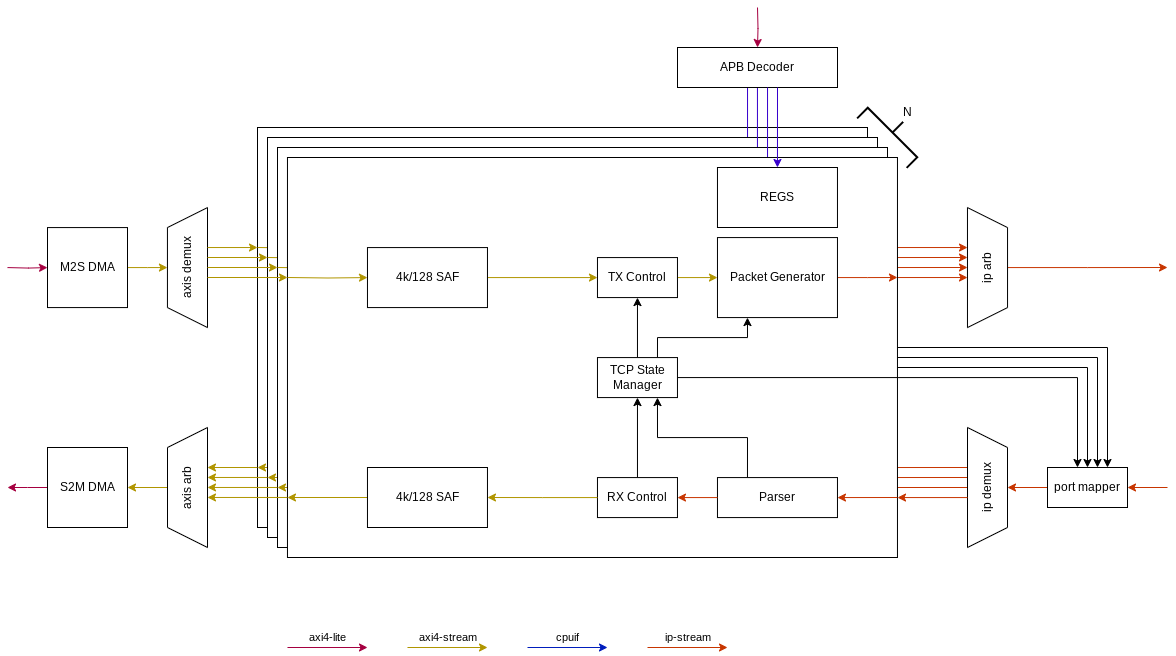
Above: hw/super6502_fpga/src/sub/network_processor/doc/tcp.drawio.png in bman12three4/super6502 (draw.io), before the change. Source tidied: cells renumbered, new cells last; positions are measured from the earlier drawing's top-left corner, leaving out a move shared by most shapes.
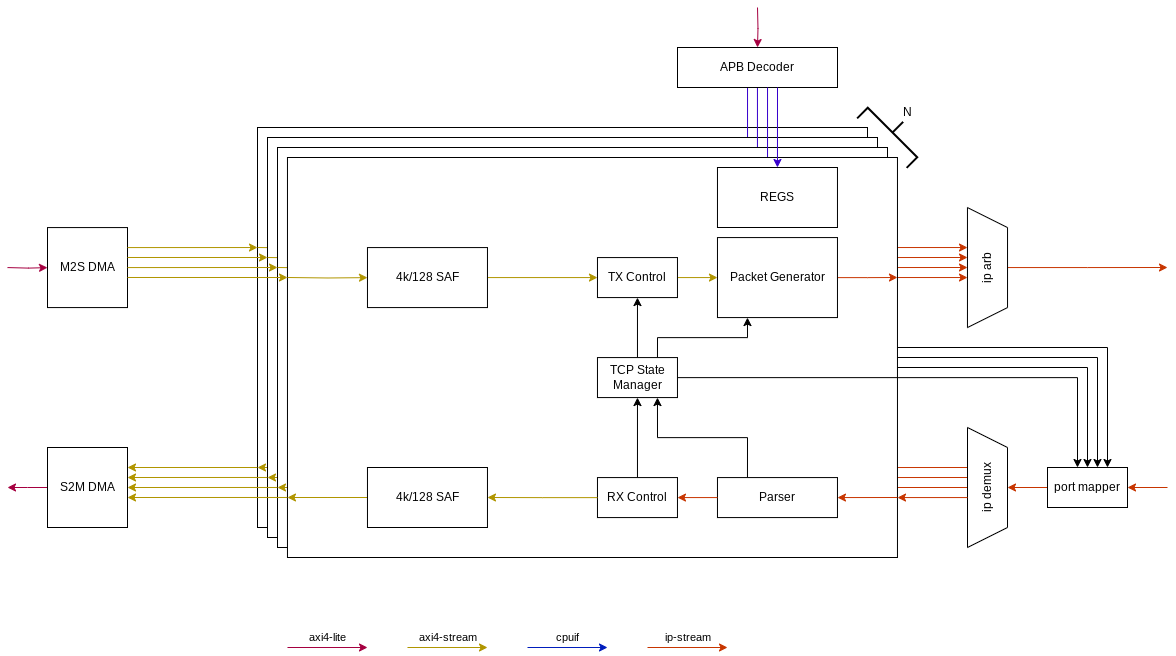
After the commit.

Commit message:
Remove mux/demus from dma

Diff of the diagram source:
```diff
@@ -307,18 +307,6 @@
         <mxPoint x="960" y="490.1" as="targetPoint" />
       </mxGeometry>
     </mxCell>
-    <mxCell id="85" value="axis demux" style="shape=trapezoid;perimeter=trapezoidPerimeter;whiteSpace=wrap;html=1;fixedSize=1;rotation=-90;" parent="1" vertex="1">
-      <mxGeometry x="120" y="240" width="120" height="40.1" as="geometry" />
-    </mxCell>
-    <mxCell id="86" style="edgeStyle=orthogonalEdgeStyle;rounded=0;jettySize=auto;html=1;entryX=1;entryY=0.5;entryDx=0;entryDy=0;fillColor=#e3c800;strokeColor=#B09500;" parent="1" edge="1" source="87" target="93">
-      <mxGeometry relative="1" as="geometry" />
-    </mxCell>
-    <mxCell id="87" value="axis arb" style="shape=trapezoid;perimeter=trapezoidPerimeter;whiteSpace=wrap;html=1;fixedSize=1;rotation=-90;" parent="1" vertex="1">
-      <mxGeometry x="120" y="460" width="120" height="40" as="geometry" />
-    </mxCell>
-    <mxCell id="88" style="edgeStyle=orthogonalEdgeStyle;rounded=0;jettySize=auto;html=1;entryX=0.5;entryY=0;entryDx=0;entryDy=0;fillColor=#e3c800;strokeColor=#B09500;" parent="1" edge="1" source="90" target="85">
-      <mxGeometry relative="1" as="geometry" />
-    </mxCell>
     <mxCell id="89" style="edgeStyle=orthogonalEdgeStyle;rounded=0;jettySize=auto;html=1;fillColor=#d80073;strokeColor=#A50040;" parent="1" edge="1" target="90">
       <mxGeometry relative="1" as="geometry">
         <mxPoint y="260.1" as="sourcePoint" />
@@ -418,52 +406,44 @@
     <mxCell id="116" style="edgeStyle=orthogonalEdgeStyle;rounded=0;jettySize=auto;html=1;startArrow=classic;startFill=1;endArrow=none;endFill=0;fillColor=#6a00ff;strokeColor=#3700CC;exitX=0.5;exitY=0;exitDx=0;exitDy=0;entryX=0.625;entryY=1;entryDx=0;entryDy=0;entryPerimeter=0;" parent="1" edge="1" source="113" target="74">
       <mxGeometry relative="1" as="geometry" />
     </mxCell>
-    <mxCell id="117" style="endArrow=classic;html=1;rounded=0;fillColor=#e3c800;strokeColor=#B09500;" parent="1" edge="1">
+    <mxCell id="117" style="endArrow=classic;html=1;rounded=0;fillColor=#e3c800;strokeColor=#B09500;exitX=1;exitY=0.25;exitDx=0;exitDy=0;" parent="1" edge="1" source="90">
       <mxGeometry relative="1" as="geometry">
-        <mxPoint x="200" y="240" as="sourcePoint" />
         <mxPoint x="250" y="240" as="targetPoint" />
       </mxGeometry>
     </mxCell>
-    <mxCell id="118" style="endArrow=classic;html=1;rounded=0;fillColor=#e3c800;strokeColor=#B09500;" parent="1" edge="1">
+    <mxCell id="118" style="endArrow=classic;html=1;rounded=0;fillColor=#e3c800;strokeColor=#B09500;exitX=1;exitY=0.374;exitDx=0;exitDy=0;exitPerimeter=0;" parent="1" edge="1" source="90">
       <mxGeometry relative="1" as="geometry">
-        <mxPoint x="200" y="250" as="sourcePoint" />
         <mxPoint x="260" y="250" as="targetPoint" />
       </mxGeometry>
     </mxCell>
-    <mxCell id="119" style="endArrow=classic;html=1;rounded=0;fillColor=#e3c800;strokeColor=#B09500;" parent="1" edge="1">
+    <mxCell id="119" style="endArrow=classic;html=1;rounded=0;fillColor=#e3c800;strokeColor=#B09500;exitX=1;exitY=0.5;exitDx=0;exitDy=0;" parent="1" edge="1" source="90">
       <mxGeometry relative="1" as="geometry">
-        <mxPoint x="200" y="260" as="sourcePoint" />
         <mxPoint x="270" y="260" as="targetPoint" />
       </mxGeometry>
     </mxCell>
-    <mxCell id="120" style="endArrow=classic;html=1;rounded=0;fillColor=#e3c800;strokeColor=#B09500;" parent="1" edge="1">
+    <mxCell id="120" style="endArrow=classic;html=1;rounded=0;fillColor=#e3c800;strokeColor=#B09500;exitX=1;exitY=0.624;exitDx=0;exitDy=0;exitPerimeter=0;" parent="1" edge="1" source="90">
       <mxGeometry relative="1" as="geometry">
-        <mxPoint x="200" y="270" as="sourcePoint" />
         <mxPoint x="280" y="270" as="targetPoint" />
       </mxGeometry>
     </mxCell>
-    <mxCell id="121" style="endArrow=classic;html=1;rounded=0;fillColor=#e3c800;strokeColor=#B09500;" parent="1" edge="1">
+    <mxCell id="121" style="endArrow=classic;html=1;rounded=0;fillColor=#e3c800;strokeColor=#B09500;entryX=1;entryY=0.25;entryDx=0;entryDy=0;" parent="1" edge="1" target="93">
       <mxGeometry relative="1" as="geometry">
         <mxPoint x="250" y="460" as="sourcePoint" />
-        <mxPoint x="200" y="460" as="targetPoint" />
       </mxGeometry>
     </mxCell>
-    <mxCell id="122" style="endArrow=classic;html=1;rounded=0;fillColor=#e3c800;strokeColor=#B09500;" parent="1" edge="1">
+    <mxCell id="122" style="endArrow=classic;html=1;rounded=0;fillColor=#e3c800;strokeColor=#B09500;entryX=1;entryY=0.375;entryDx=0;entryDy=0;entryPerimeter=0;" parent="1" edge="1" target="93">
       <mxGeometry relative="1" as="geometry">
         <mxPoint x="260" y="470" as="sourcePoint" />
-        <mxPoint x="200" y="470" as="targetPoint" />
       </mxGeometry>
     </mxCell>
-    <mxCell id="123" style="endArrow=classic;html=1;rounded=0;fillColor=#e3c800;strokeColor=#B09500;" parent="1" edge="1">
+    <mxCell id="123" style="endArrow=classic;html=1;rounded=0;fillColor=#e3c800;strokeColor=#B09500;entryX=1;entryY=0.5;entryDx=0;entryDy=0;" parent="1" edge="1" target="93">
       <mxGeometry relative="1" as="geometry">
         <mxPoint x="270" y="480" as="sourcePoint" />
-        <mxPoint x="200" y="480" as="targetPoint" />
       </mxGeometry>
     </mxCell>
-    <mxCell id="124" style="endArrow=classic;html=1;rounded=0;fillColor=#e3c800;strokeColor=#B09500;" parent="1" edge="1">
+    <mxCell id="124" style="endArrow=classic;html=1;rounded=0;fillColor=#e3c800;strokeColor=#B09500;entryX=1;entryY=0.625;entryDx=0;entryDy=0;entryPerimeter=0;" parent="1" edge="1" target="93">
       <mxGeometry relative="1" as="geometry">
         <mxPoint x="280" y="490" as="sourcePoint" />
-        <mxPoint x="200" y="490" as="targetPoint" />
       </mxGeometry>
     </mxCell>
     <mxCell id="125" style="endArrow=classic;html=1;rounded=0;fillColor=#d80073;strokeColor=#A50040;" parent="1" edge="1">
```
